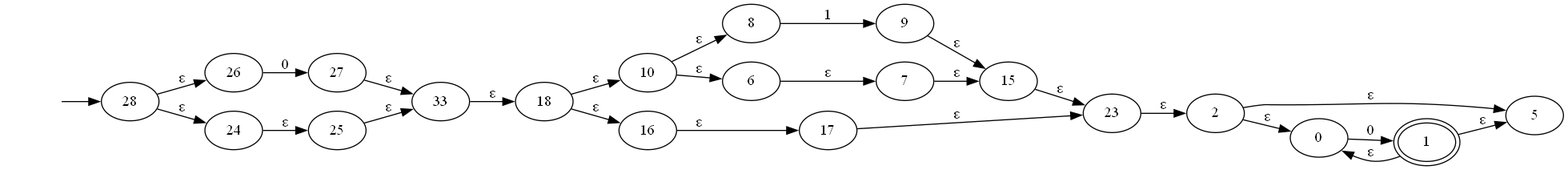
JuanDiegoAvila/Laboratorio_Compiladores keeps this Graphviz diagram as test-output/round-table.gv.png. Above is the earlier version. Its source is kept beside it as test-output/round-table.gv.
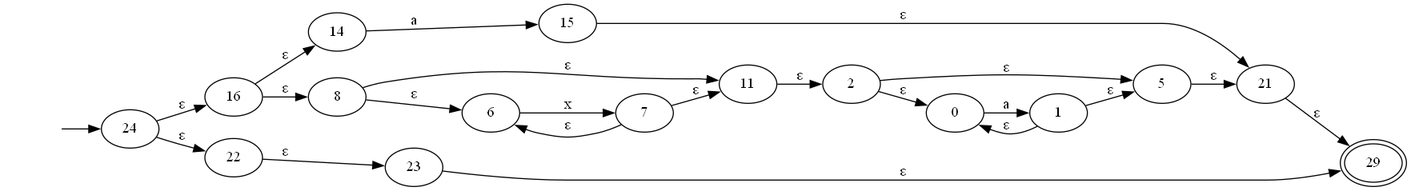
The same diagram one commit later.

Diff of the diagram source:
```diff
@@ -1,49 +1,42 @@
 digraph {
 	graph [rankdir=LR]
 	inicio [label="" shape=none]
-	28
-	inicio -> 28
-	28 -> 26 [label="ε"]
-	28 -> 24 [label="ε"]
-	26
-	26 -> 27 [label=0]
 	24
-	24 -> 25 [label="ε"]
-	27
-	27 -> 33 [label="ε"]
-	25
-	25 -> 33 [label="ε"]
-	33
-	33 -> 18 [label="ε"]
-	18
-	18 -> 10 [label="ε"]
-	18 -> 16 [label="ε"]
-	10
-	10 -> 8 [label="ε"]
-	10 -> 6 [label="ε"]
+	inicio -> 24
+	24 -> 16 [label="ε"]
+	24 -> 22 [label="ε"]
 	16
-	16 -> 17 [label="ε"]
+	16 -> 14 [label="ε"]
+	16 -> 8 [label="ε"]
+	22
+	22 -> 23 [label="ε"]
+	14
+	14 -> 15 [label=a]
 	8
-	8 -> 9 [label=1]
+	8 -> 11 [label="ε"]
+	8 -> 6 [label="ε"]
+	23
+	23 -> 29 [label="ε"]
+	15
+	15 -> 21 [label="ε"]
+	11
+	11 -> 2 [label="ε"]
 	6
-	6 -> 7 [label="ε"]
-	17
-	17 -> 23 [label="ε"]
-	9
-	9 -> 15 [label="ε"]
-	7
-	7 -> 15 [label="ε"]
-	23
-	23 -> 2 [label="ε"]
-	15
-	15 -> 23 [label="ε"]
+	6 -> 7 [label=x]
+	29 [peripheries=2]
+	21
+	21 -> 29 [label="ε"]
 	2
 	2 -> 5 [label="ε"]
 	2 -> 0 [label="ε"]
+	7
+	7 -> 6 [label="ε"]
+	7 -> 11 [label="ε"]
 	5
+	5 -> 21 [label="ε"]
 	0
-	0 -> 1 [label=0]
-	1 [peripheries=2]
+	0 -> 1 [label=a]
+	1
 	1 -> 0 [label="ε"]
 	1 -> 5 [label="ε"]
 }
```
